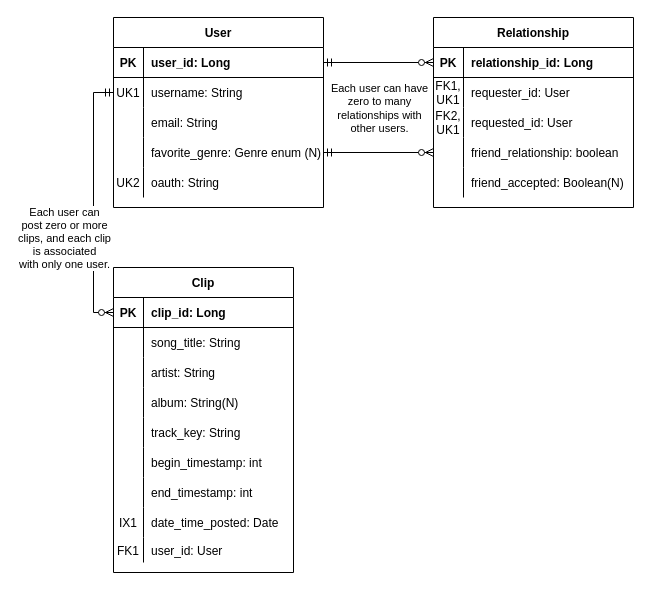
Before: docs/work/erd.drawio in tunefull/tunefull.github.io, a draw.io diagram. Source tidied: cells renumbered, new cells numbered last; positions are measured from the earlier drawing's top-left corner, leaving out a move shared by most shapes. Both pictures are drawn from the tidied source at 100%, with x=0, y=0 at pixel (113, 17).
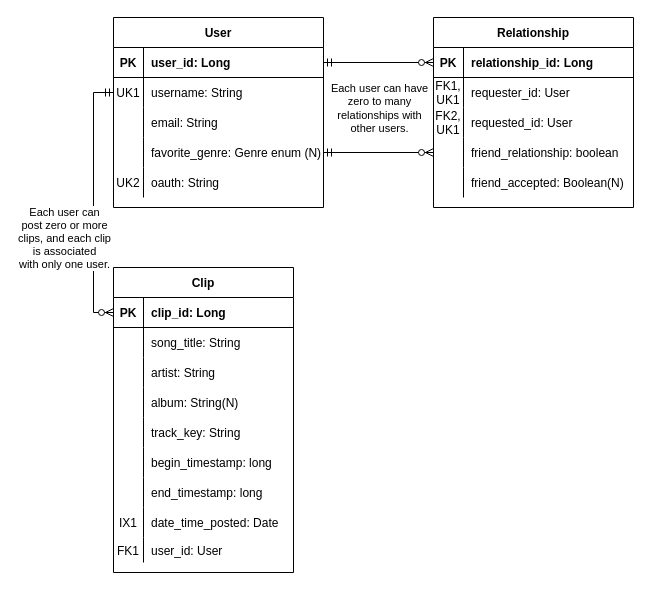
The same page after the edit.

Unchanged cells that the change refers to:
```xml
<mxCell id="55" style="shape=partialRectangle;fillColor=none;top=0;left=0;bottom=0;right=0;" parent="39" vertex="1">
  <mxGeometry y="180" width="180" height="30" as="geometry" />
</mxCell>
<mxCell id="58" style="shape=partialRectangle;fillColor=none;top=0;left=0;bottom=0;right=0;" parent="39" vertex="1">
  <mxGeometry y="210" width="180" height="30" as="geometry" />
</mxCell>
```

Diff of the diagram source:
```diff
@@
-    <mxCell id="57" value="begin_timestamp: int" style="shape=partialRectangle;fillColor=none;top=0;left=0;bottom=0;right=0;align=left;spacingLeft=6;overflow=hidden;" parent="55" vertex="1">
+    <mxCell id="57" value="begin_timestamp: long" style="shape=partialRectangle;fillColor=none;top=0;left=0;bottom=0;right=0;align=left;spacingLeft=6;overflow=hidden;" parent="55" vertex="1">
       <mxGeometry x="30" width="150" height="30" as="geometry" />
     </mxCell>
@@
-    <mxCell id="60" value="end_timestamp: int" style="shape=partialRectangle;fillColor=none;top=0;left=0;bottom=0;right=0;align=left;spacingLeft=6;overflow=hidden;" parent="58" vertex="1">
+    <mxCell id="60" value="end_timestamp: long" style="shape=partialRectangle;fillColor=none;top=0;left=0;bottom=0;right=0;align=left;spacingLeft=6;overflow=hidden;" parent="58" vertex="1">
       <mxGeometry x="30" width="150" height="30" as="geometry" />
     </mxCell>
```
